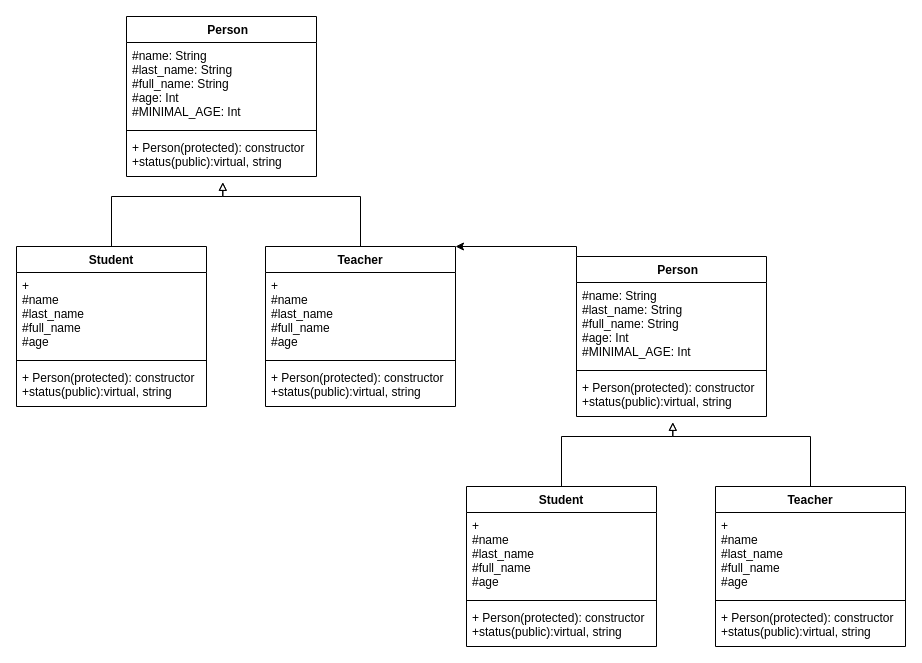
The draw.io diagram OOP_LABA1.drawio in IKatiaI/ads-nahorna-kp13, before the edit. Source tidied: cells renumbered, new cells numbered last; positions are measured from the earlier drawing's top-left corner, leaving out a move shared by most shapes. Both pictures are drawn from the tidied source at 100%, with x=0, y=0 at pixel (16, 16).
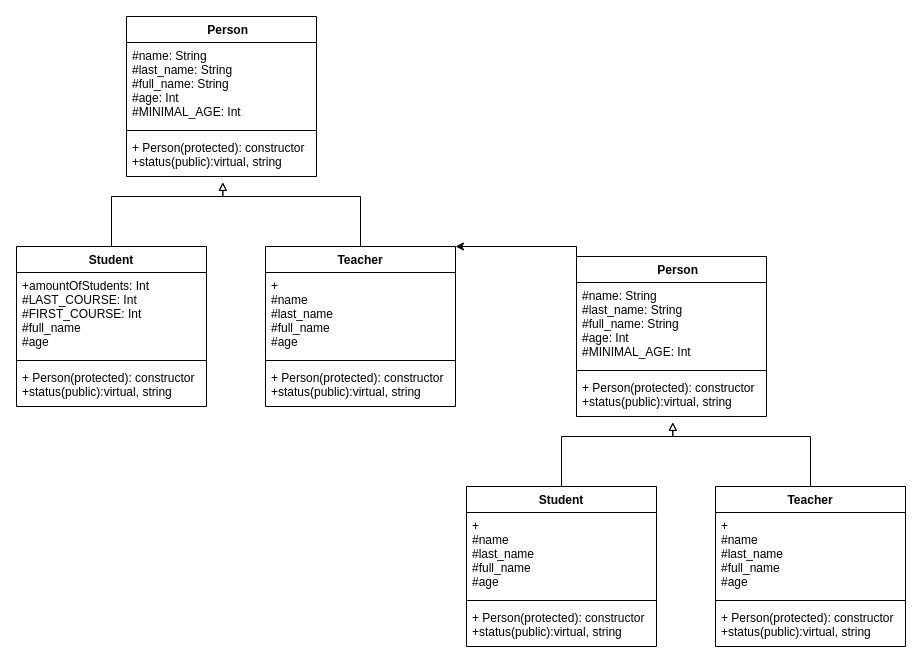
After the change.

Unchanged cells that the change refers to:
```xml
<mxCell id="7" value="Student" style="swimlane;fontStyle=1;align=center;verticalAlign=top;horizontal=1;startSize=26;" parent="1" vertex="1">
  <mxGeometry y="230" width="190" height="160" as="geometry" />
</mxCell>
```

The edit, as a diff of the source:
```diff
@@
-    <mxCell id="8" value="+&#10;#name&#10;#last_name&#10;#full_name&#10;#age&#10;" style="text;strokeColor=none;fillColor=none;align=left;verticalAlign=top;spacingLeft=4;spacingRight=4;overflow=hidden;" parent="7" vertex="1">
+    <mxCell id="8" value="+amountOfStudents: Int&#10;#LAST_COURSE: Int&#10;#FIRST_COURSE: Int&#10;#full_name&#10;#age&#10;" style="text;strokeColor=none;fillColor=none;align=left;verticalAlign=top;spacingLeft=4;spacingRight=4;overflow=hidden;" parent="7" vertex="1">
       <mxGeometry y="26" width="190" height="84" as="geometry" />
     </mxCell>
```
